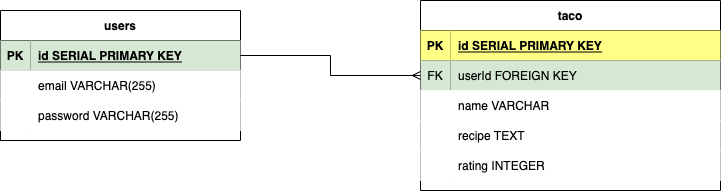
mvanzo/P2-Dir keeps this draw.io diagram as ERD.drawio.png. Above is the earlier version. Source tidied: cells renumbered, new cells last; positions are measured from the earlier drawing's top-left corner, leaving out a move shared by most shapes.
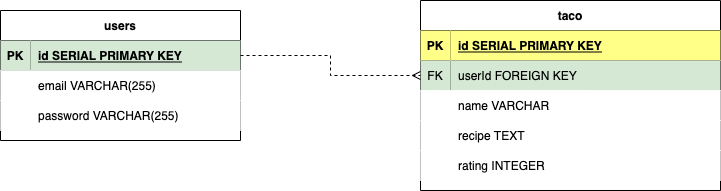
The same diagram one commit later.

Change to the diagram source:
```diff
@@ -80,7 +80,7 @@
     <mxCell id="27" value="rating INTEGER" style="shape=partialRectangle;top=0;left=0;bottom=0;right=0;align=left;spacingLeft=6;overflow=hidden;" parent="25" vertex="1">
       <mxGeometry x="30" width="270" height="30" as="geometry" />
     </mxCell>
-    <mxCell id="28" style="edgeStyle=orthogonalEdgeStyle;rounded=0;jettySize=auto;html=1;entryX=0;entryY=0.5;entryDx=0;entryDy=0;endArrow=ERmany;endFill=0;" parent="1" edge="1" source="3" target="16">
+    <mxCell id="28" style="edgeStyle=orthogonalEdgeStyle;rounded=0;jettySize=auto;html=1;entryX=0;entryY=0.5;entryDx=0;entryDy=0;endArrow=ERmany;endFill=0;dashed=1;" parent="1" edge="1" source="3" target="16">
       <mxGeometry relative="1" as="geometry" />
     </mxCell>
   </root>
```
